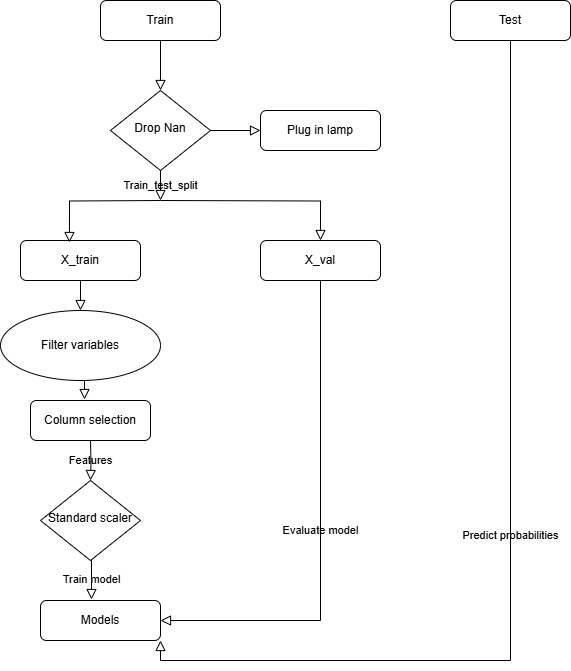
Earlier version of the draw.io export Worflow.png (LeilaMemoi/AMINI). Source tidied: cells renumbered, new cells last; positions are measured from the earlier drawing's top-left corner, leaving out a move shared by most shapes. The source it was exported from:
```xml
<mxGraphModel>
  <root>
    <mxCell id="0" />
    <mxCell id="1" parent="0" />
    <mxCell id="2" style="rounded=0;html=1;jettySize=auto;fontSize=11;endArrow=block;endFill=0;endSize=8;strokeWidth=1;shadow=0;labelBackgroundColor=none;edgeStyle=orthogonalEdgeStyle;" parent="1" edge="1" source="3" target="4">
      <mxGeometry relative="1" as="geometry" />
    </mxCell>
    <mxCell id="3" value="Train" style="rounded=1;whiteSpace=wrap;html=1;fontSize=12;glass=0;strokeWidth=1;shadow=0;" parent="1" vertex="1">
      <mxGeometry x="100" width="120" height="40" as="geometry" />
    </mxCell>
    <mxCell id="4" value="Drop Nan" style="rhombus;whiteSpace=wrap;html=1;shadow=0;fontFamily=Helvetica;fontSize=12;align=center;strokeWidth=1;spacing=6;spacingTop=-4;" parent="1" vertex="1">
      <mxGeometry x="110" y="90" width="100" height="80" as="geometry" />
    </mxCell>
    <mxCell id="5" value="Plug in lamp" style="rounded=1;whiteSpace=wrap;html=1;fontSize=12;glass=0;strokeWidth=1;shadow=0;" parent="1" vertex="1">
      <mxGeometry x="260" y="110" width="120" height="40" as="geometry" />
    </mxCell>
    <mxCell id="6" value="Standard scaler" style="rhombus;whiteSpace=wrap;html=1;shadow=0;fontFamily=Helvetica;fontSize=12;align=center;strokeWidth=1;spacing=6;spacingTop=-4;" parent="1" vertex="1">
      <mxGeometry x="40" y="480" width="100" height="80" as="geometry" />
    </mxCell>
    <mxCell id="7" value="Models" style="rounded=1;whiteSpace=wrap;html=1;fontSize=12;glass=0;strokeWidth=1;shadow=0;" parent="1" vertex="1">
      <mxGeometry x="40" y="600" width="120" height="40" as="geometry" />
    </mxCell>
    <mxCell id="8" value="X_val" style="rounded=1;whiteSpace=wrap;html=1;fontSize=12;glass=0;strokeWidth=1;shadow=0;" parent="1" vertex="1">
      <mxGeometry x="260" y="240" width="120" height="40" as="geometry" />
    </mxCell>
    <mxCell id="9" value="X_train" style="rounded=1;whiteSpace=wrap;html=1;fontSize=12;glass=0;strokeWidth=1;shadow=0;" parent="1" vertex="1">
      <mxGeometry x="20" y="240" width="120" height="40" as="geometry" />
    </mxCell>
    <mxCell id="10" value="Train_test_split" style="rounded=0;html=1;jettySize=auto;orthogonalLoop=1;fontSize=11;endArrow=block;endFill=0;endSize=8;strokeWidth=1;shadow=0;labelBackgroundColor=none;edgeStyle=orthogonalEdgeStyle;" parent="1" edge="1">
      <mxGeometry relative="1" as="geometry">
        <mxPoint x="160" y="170" as="sourcePoint" />
        <mxPoint x="160" y="200" as="targetPoint" />
      </mxGeometry>
    </mxCell>
    <mxCell id="11" value="&lt;span style=&quot;font-family: Helvetica;&quot;&gt;Filter variables&lt;/span&gt;" style="ellipse;whiteSpace=wrap;html=1;fontFamily=Architects Daughter;fontSource=https%3A%2F%2Ffonts.googleapis.com%2Fcss%3Ffamily%3DArchitects%2BDaughter;" parent="1" vertex="1">
      <mxGeometry y="310" width="160" height="70" as="geometry" />
    </mxCell>
    <mxCell id="12" value="Column selection" style="rounded=1;whiteSpace=wrap;html=1;fontSize=12;glass=0;strokeWidth=1;shadow=0;" parent="1" vertex="1">
      <mxGeometry x="30" y="400" width="120" height="40" as="geometry" />
    </mxCell>
    <mxCell id="13" style="rounded=0;html=1;jettySize=auto;fontSize=11;endArrow=block;endFill=0;endSize=8;strokeWidth=1;shadow=0;labelBackgroundColor=none;edgeStyle=orthogonalEdgeStyle;exitX=0.5;exitY=1;exitDx=0;exitDy=0;" parent="1" edge="1" source="9">
      <mxGeometry relative="1" as="geometry">
        <mxPoint x="80" y="310" as="targetPoint" />
      </mxGeometry>
    </mxCell>
    <mxCell id="14" style="rounded=0;html=1;jettySize=auto;fontSize=11;endArrow=block;endFill=0;endSize=8;strokeWidth=1;shadow=0;labelBackgroundColor=none;edgeStyle=orthogonalEdgeStyle;entryX=0.45;entryY=-0.025;entryDx=0;entryDy=0;entryPerimeter=0;" parent="1" edge="1" target="12">
      <mxGeometry relative="1" as="geometry">
        <mxPoint x="80" y="380" as="sourcePoint" />
      </mxGeometry>
    </mxCell>
    <mxCell id="15" value="Features" style="rounded=0;html=1;jettySize=auto;fontSize=11;endArrow=block;endFill=0;endSize=8;strokeWidth=1;shadow=0;labelBackgroundColor=none;edgeStyle=orthogonalEdgeStyle;entryX=0.5;entryY=0;entryDx=0;entryDy=0;" parent="1" edge="1" target="6">
      <mxGeometry relative="1" as="geometry">
        <mxPoint x="90" y="440" as="sourcePoint" />
      </mxGeometry>
    </mxCell>
    <mxCell id="16" value="Test" style="rounded=1;whiteSpace=wrap;html=1;fontSize=12;glass=0;strokeWidth=1;shadow=0;" parent="1" vertex="1">
      <mxGeometry x="450" width="120" height="40" as="geometry" />
    </mxCell>
    <mxCell id="17" style="rounded=0;html=1;jettySize=auto;fontSize=11;endArrow=block;endFill=0;endSize=8;strokeWidth=1;shadow=0;labelBackgroundColor=none;edgeStyle=orthogonalEdgeStyle;entryX=0.408;entryY=0.05;entryDx=0;entryDy=0;entryPerimeter=0;" parent="1" edge="1" target="9">
      <mxGeometry relative="1" as="geometry">
        <mxPoint x="160" y="200" as="sourcePoint" />
      </mxGeometry>
    </mxCell>
    <mxCell id="18" style="rounded=0;html=1;jettySize=auto;fontSize=11;endArrow=block;endFill=0;endSize=8;strokeWidth=1;shadow=0;labelBackgroundColor=none;edgeStyle=orthogonalEdgeStyle;entryX=0.5;entryY=0;entryDx=0;entryDy=0;" parent="1" edge="1" target="8">
      <mxGeometry relative="1" as="geometry">
        <mxPoint x="160" y="200" as="sourcePoint" />
      </mxGeometry>
    </mxCell>
    <mxCell id="19" value="Evaluate model" style="rounded=0;html=1;jettySize=auto;fontSize=11;endArrow=block;endFill=0;endSize=8;strokeWidth=1;shadow=0;labelBackgroundColor=none;edgeStyle=orthogonalEdgeStyle;entryX=1;entryY=0.5;entryDx=0;entryDy=0;exitX=0.5;exitY=1;exitDx=0;exitDy=0;" parent="1" edge="1" source="8" target="7">
      <mxGeometry relative="1" as="geometry" />
    </mxCell>
    <mxCell id="20" value="Predict probabilities" style="rounded=0;html=1;jettySize=auto;fontSize=11;endArrow=block;endFill=0;endSize=8;strokeWidth=1;shadow=0;labelBackgroundColor=none;edgeStyle=orthogonalEdgeStyle;exitX=0.5;exitY=1;exitDx=0;exitDy=0;entryX=1;entryY=1;entryDx=0;entryDy=0;" parent="1" edge="1" source="16" target="7">
      <mxGeometry relative="1" as="geometry" />
    </mxCell>
    <mxCell id="21" style="rounded=0;html=1;jettySize=auto;fontSize=11;endArrow=block;endFill=0;endSize=8;strokeWidth=1;shadow=0;labelBackgroundColor=none;edgeStyle=orthogonalEdgeStyle;entryX=0;entryY=0.5;entryDx=0;entryDy=0;exitX=1;exitY=0.5;exitDx=0;exitDy=0;" parent="1" edge="1" source="4" target="5">
      <mxGeometry relative="1" as="geometry" />
    </mxCell>
    <mxCell id="22" value="Train model" style="rounded=0;html=1;jettySize=auto;fontSize=11;endArrow=block;endFill=0;endSize=8;strokeWidth=1;shadow=0;labelBackgroundColor=none;edgeStyle=orthogonalEdgeStyle;entryX=0.425;entryY=-0.025;entryDx=0;entryDy=0;entryPerimeter=0;exitX=0.5;exitY=1;exitDx=0;exitDy=0;" parent="1" edge="1" source="6" target="7">
      <mxGeometry relative="1" as="geometry" />
    </mxCell>
  </root>
</mxGraphModel>
```
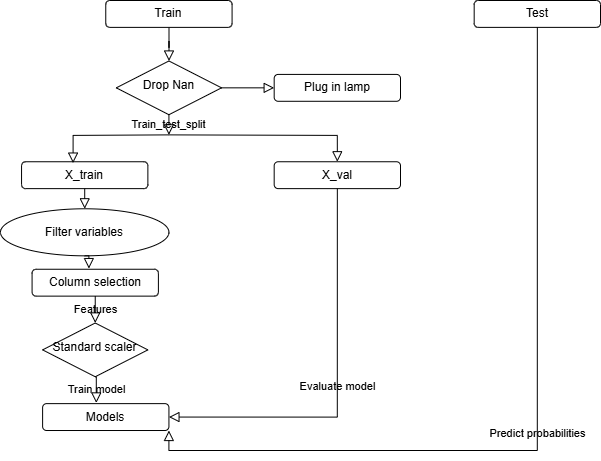
Later version of the same file.

Commit message:
Resized workflow

What changed in the source:
```diff
@@ -2,80 +2,83 @@
   <root>
     <mxCell id="0" />
     <mxCell id="1" parent="0" />
+    <mxCell id="23" style="group;" parent="1" vertex="1">
+      <mxGeometry width="600" height="430" as="geometry" />
+    </mxCell>
-    <mxCell id="2" style="rounded=0;html=1;jettySize=auto;fontSize=11;endArrow=block;endFill=0;endSize=8;strokeWidth=1;shadow=0;labelBackgroundColor=none;edgeStyle=orthogonalEdgeStyle;" parent="1" edge="1" source="3" target="4">
+    <mxCell id="2" style="rounded=0;html=1;jettySize=auto;fontSize=11;endArrow=block;endFill=0;endSize=8;strokeWidth=1;shadow=0;labelBackgroundColor=none;edgeStyle=orthogonalEdgeStyle;" parent="23" edge="1" source="3" target="4">
       <mxGeometry relative="1" as="geometry" />
     </mxCell>
-    <mxCell id="3" value="Train" style="rounded=1;whiteSpace=wrap;html=1;fontSize=12;glass=0;strokeWidth=1;shadow=0;" parent="1" vertex="1">
-      <mxGeometry x="100" width="120" height="40" as="geometry" />
+    <mxCell id="3" value="Train" style="rounded=1;whiteSpace=wrap;html=1;fontSize=12;glass=0;strokeWidth=1;shadow=0;" parent="23" vertex="1">
+      <mxGeometry x="105.3" width="126.3" height="26.9" as="geometry" />
     </mxCell>
-    <mxCell id="4" value="Drop Nan" style="rhombus;whiteSpace=wrap;html=1;shadow=0;fontFamily=Helvetica;fontSize=12;align=center;strokeWidth=1;spacing=6;spacingTop=-4;" parent="1" vertex="1">
-      <mxGeometry x="110" y="90" width="100" height="80" as="geometry" />
+    <mxCell id="4" value="Drop Nan" style="rhombus;whiteSpace=wrap;html=1;shadow=0;fontFamily=Helvetica;fontSize=12;align=center;strokeWidth=1;spacing=6;spacingTop=-4;" parent="23" vertex="1">
+      <mxGeometry x="115.8" y="60.5" width="105.3" height="53.8" as="geometry" />
     </mxCell>
-    <mxCell id="5" value="Plug in lamp" style="rounded=1;whiteSpace=wrap;html=1;fontSize=12;glass=0;strokeWidth=1;shadow=0;" parent="1" vertex="1">
-      <mxGeometry x="260" y="110" width="120" height="40" as="geometry" />
+    <mxCell id="5" value="Plug in lamp" style="rounded=1;whiteSpace=wrap;html=1;fontSize=12;glass=0;strokeWidth=1;shadow=0;" parent="23" vertex="1">
+      <mxGeometry x="273.7" y="73.9" width="126.3" height="26.9" as="geometry" />
     </mxCell>
-    <mxCell id="6" value="Standard scaler" style="rhombus;whiteSpace=wrap;html=1;shadow=0;fontFamily=Helvetica;fontSize=12;align=center;strokeWidth=1;spacing=6;spacingTop=-4;" parent="1" vertex="1">
-      <mxGeometry x="40" y="480" width="100" height="80" as="geometry" />
+    <mxCell id="6" value="Standard scaler" style="rhombus;whiteSpace=wrap;html=1;shadow=0;fontFamily=Helvetica;fontSize=12;align=center;strokeWidth=1;spacing=6;spacingTop=-4;" parent="23" vertex="1">
+      <mxGeometry x="42.1" y="322.5" width="105.3" height="53.8" as="geometry" />
     </mxCell>
-    <mxCell id="7" value="Models" style="rounded=1;whiteSpace=wrap;html=1;fontSize=12;glass=0;strokeWidth=1;shadow=0;" parent="1" vertex="1">
-      <mxGeometry x="40" y="600" width="120" height="40" as="geometry" />
+    <mxCell id="7" value="Models" style="rounded=1;whiteSpace=wrap;html=1;fontSize=12;glass=0;strokeWidth=1;shadow=0;" parent="23" vertex="1">
+      <mxGeometry x="42.1" y="403.1" width="126.3" height="26.9" as="geometry" />
     </mxCell>
-    <mxCell id="8" value="X_val" style="rounded=1;whiteSpace=wrap;html=1;fontSize=12;glass=0;strokeWidth=1;shadow=0;" parent="1" vertex="1">
-      <mxGeometry x="260" y="240" width="120" height="40" as="geometry" />
+    <mxCell id="8" value="X_val" style="rounded=1;whiteSpace=wrap;html=1;fontSize=12;glass=0;strokeWidth=1;shadow=0;" parent="23" vertex="1">
+      <mxGeometry x="273.7" y="161.2" width="126.3" height="26.9" as="geometry" />
     </mxCell>
-    <mxCell id="9" value="X_train" style="rounded=1;whiteSpace=wrap;html=1;fontSize=12;glass=0;strokeWidth=1;shadow=0;" parent="1" vertex="1">
-      <mxGeometry x="20" y="240" width="120" height="40" as="geometry" />
+    <mxCell id="9" value="X_train" style="rounded=1;whiteSpace=wrap;html=1;fontSize=12;glass=0;strokeWidth=1;shadow=0;" parent="23" vertex="1">
+      <mxGeometry x="21.1" y="161.2" width="126.3" height="26.9" as="geometry" />
     </mxCell>
-    <mxCell id="10" value="Train_test_split" style="rounded=0;html=1;jettySize=auto;orthogonalLoop=1;fontSize=11;endArrow=block;endFill=0;endSize=8;strokeWidth=1;shadow=0;labelBackgroundColor=none;edgeStyle=orthogonalEdgeStyle;" parent="1" edge="1">
+    <mxCell id="10" value="Train_test_split" style="rounded=0;html=1;jettySize=auto;orthogonalLoop=1;fontSize=11;endArrow=block;endFill=0;endSize=8;strokeWidth=1;shadow=0;labelBackgroundColor=none;edgeStyle=orthogonalEdgeStyle;" parent="23" edge="1">
       <mxGeometry relative="1" as="geometry">
-        <mxPoint x="160" y="170" as="sourcePoint" />
-        <mxPoint x="160" y="200" as="targetPoint" />
+        <mxPoint x="168.4" y="114.2" as="sourcePoint" />
+        <mxPoint x="168.4" y="134.4" as="targetPoint" />
       </mxGeometry>
     </mxCell>
-    <mxCell id="11" value="&lt;span style=&quot;font-family: Helvetica;&quot;&gt;Filter variables&lt;/span&gt;" style="ellipse;whiteSpace=wrap;html=1;fontFamily=Architects Daughter;fontSource=https%3A%2F%2Ffonts.googleapis.com%2Fcss%3Ffamily%3DArchitects%2BDaughter;" parent="1" vertex="1">
-      <mxGeometry y="310" width="160" height="70" as="geometry" />
+    <mxCell id="11" value="&lt;span style=&quot;font-family: Helvetica;&quot;&gt;Filter variables&lt;/span&gt;" style="ellipse;whiteSpace=wrap;html=1;fontFamily=Architects Daughter;fontSource=https%3A%2F%2Ffonts.googleapis.com%2Fcss%3Ffamily%3DArchitects%2BDaughter;" parent="23" vertex="1">
+      <mxGeometry y="208.3" width="168.4" height="47" as="geometry" />
     </mxCell>
-    <mxCell id="12" value="Column selection" style="rounded=1;whiteSpace=wrap;html=1;fontSize=12;glass=0;strokeWidth=1;shadow=0;" parent="1" vertex="1">
-      <mxGeometry x="30" y="400" width="120" height="40" as="geometry" />
+    <mxCell id="12" value="Column selection" style="rounded=1;whiteSpace=wrap;html=1;fontSize=12;glass=0;strokeWidth=1;shadow=0;" parent="23" vertex="1">
+      <mxGeometry x="31.6" y="268.8" width="126.3" height="26.9" as="geometry" />
     </mxCell>
-    <mxCell id="13" style="rounded=0;html=1;jettySize=auto;fontSize=11;endArrow=block;endFill=0;endSize=8;strokeWidth=1;shadow=0;labelBackgroundColor=none;edgeStyle=orthogonalEdgeStyle;exitX=0.5;exitY=1;exitDx=0;exitDy=0;" parent="1" edge="1" source="9">
+    <mxCell id="13" style="rounded=0;html=1;jettySize=auto;fontSize=11;endArrow=block;endFill=0;endSize=8;strokeWidth=1;shadow=0;labelBackgroundColor=none;edgeStyle=orthogonalEdgeStyle;exitX=0.5;exitY=1;exitDx=0;exitDy=0;" parent="23" edge="1" source="9">
       <mxGeometry relative="1" as="geometry">
-        <mxPoint x="80" y="310" as="targetPoint" />
+        <mxPoint x="84.2" y="208.3" as="targetPoint" />
       </mxGeometry>
     </mxCell>
-    <mxCell id="14" style="rounded=0;html=1;jettySize=auto;fontSize=11;endArrow=block;endFill=0;endSize=8;strokeWidth=1;shadow=0;labelBackgroundColor=none;edgeStyle=orthogonalEdgeStyle;entryX=0.45;entryY=-0.025;entryDx=0;entryDy=0;entryPerimeter=0;" parent="1" edge="1" target="12">
+    <mxCell id="14" style="rounded=0;html=1;jettySize=auto;fontSize=11;endArrow=block;endFill=0;endSize=8;strokeWidth=1;shadow=0;labelBackgroundColor=none;edgeStyle=orthogonalEdgeStyle;entryX=0.45;entryY=-0.025;entryDx=0;entryDy=0;entryPerimeter=0;" parent="23" edge="1" target="12">
       <mxGeometry relative="1" as="geometry">
-        <mxPoint x="80" y="380" as="sourcePoint" />
+        <mxPoint x="84.2" y="255.3" as="sourcePoint" />
       </mxGeometry>
     </mxCell>
-    <mxCell id="15" value="Features" style="rounded=0;html=1;jettySize=auto;fontSize=11;endArrow=block;endFill=0;endSize=8;strokeWidth=1;shadow=0;labelBackgroundColor=none;edgeStyle=orthogonalEdgeStyle;entryX=0.5;entryY=0;entryDx=0;entryDy=0;" parent="1" edge="1" target="6">
+    <mxCell id="15" value="Features" style="rounded=0;html=1;jettySize=auto;fontSize=11;endArrow=block;endFill=0;endSize=8;strokeWidth=1;shadow=0;labelBackgroundColor=none;edgeStyle=orthogonalEdgeStyle;entryX=0.5;entryY=0;entryDx=0;entryDy=0;" parent="23" edge="1" target="6">
       <mxGeometry relative="1" as="geometry">
-        <mxPoint x="90" y="440" as="sourcePoint" />
+        <mxPoint x="94.7" y="295.6" as="sourcePoint" />
       </mxGeometry>
     </mxCell>
-    <mxCell id="16" value="Test" style="rounded=1;whiteSpace=wrap;html=1;fontSize=12;glass=0;strokeWidth=1;shadow=0;" parent="1" vertex="1">
-      <mxGeometry x="450" width="120" height="40" as="geometry" />
+    <mxCell id="16" value="Test" style="rounded=1;whiteSpace=wrap;html=1;fontSize=12;glass=0;strokeWidth=1;shadow=0;" parent="23" vertex="1">
+      <mxGeometry x="473.7" width="126.3" height="26.9" as="geometry" />
     </mxCell>
-    <mxCell id="17" style="rounded=0;html=1;jettySize=auto;fontSize=11;endArrow=block;endFill=0;endSize=8;strokeWidth=1;shadow=0;labelBackgroundColor=none;edgeStyle=orthogonalEdgeStyle;entryX=0.408;entryY=0.05;entryDx=0;entryDy=0;entryPerimeter=0;" parent="1" edge="1" target="9">
+    <mxCell id="17" style="rounded=0;html=1;jettySize=auto;fontSize=11;endArrow=block;endFill=0;endSize=8;strokeWidth=1;shadow=0;labelBackgroundColor=none;edgeStyle=orthogonalEdgeStyle;entryX=0.408;entryY=0.05;entryDx=0;entryDy=0;entryPerimeter=0;" parent="23" edge="1" target="9">
       <mxGeometry relative="1" as="geometry">
-        <mxPoint x="160" y="200" as="sourcePoint" />
+        <mxPoint x="168.4" y="134.4" as="sourcePoint" />
       </mxGeometry>
     </mxCell>
-    <mxCell id="18" style="rounded=0;html=1;jettySize=auto;fontSize=11;endArrow=block;endFill=0;endSize=8;strokeWidth=1;shadow=0;labelBackgroundColor=none;edgeStyle=orthogonalEdgeStyle;entryX=0.5;entryY=0;entryDx=0;entryDy=0;" parent="1" edge="1" target="8">
+    <mxCell id="18" style="rounded=0;html=1;jettySize=auto;fontSize=11;endArrow=block;endFill=0;endSize=8;strokeWidth=1;shadow=0;labelBackgroundColor=none;edgeStyle=orthogonalEdgeStyle;entryX=0.5;entryY=0;entryDx=0;entryDy=0;" parent="23" edge="1" target="8">
       <mxGeometry relative="1" as="geometry">
-        <mxPoint x="160" y="200" as="sourcePoint" />
+        <mxPoint x="168.4" y="134.4" as="sourcePoint" />
       </mxGeometry>
     </mxCell>
-    <mxCell id="19" value="Evaluate model" style="rounded=0;html=1;jettySize=auto;fontSize=11;endArrow=block;endFill=0;endSize=8;strokeWidth=1;shadow=0;labelBackgroundColor=none;edgeStyle=orthogonalEdgeStyle;entryX=1;entryY=0.5;entryDx=0;entryDy=0;exitX=0.5;exitY=1;exitDx=0;exitDy=0;" parent="1" edge="1" source="8" target="7">
+    <mxCell id="19" value="Evaluate model" style="rounded=0;html=1;jettySize=auto;fontSize=11;endArrow=block;endFill=0;endSize=8;strokeWidth=1;shadow=0;labelBackgroundColor=none;edgeStyle=orthogonalEdgeStyle;entryX=1;entryY=0.5;entryDx=0;entryDy=0;exitX=0.5;exitY=1;exitDx=0;exitDy=0;" parent="23" edge="1" source="8" target="7">
       <mxGeometry relative="1" as="geometry" />
     </mxCell>
-    <mxCell id="20" value="Predict probabilities" style="rounded=0;html=1;jettySize=auto;fontSize=11;endArrow=block;endFill=0;endSize=8;strokeWidth=1;shadow=0;labelBackgroundColor=none;edgeStyle=orthogonalEdgeStyle;exitX=0.5;exitY=1;exitDx=0;exitDy=0;entryX=1;entryY=1;entryDx=0;entryDy=0;" parent="1" edge="1" source="16" target="7">
+    <mxCell id="20" value="Predict probabilities" style="rounded=0;html=1;jettySize=auto;fontSize=11;endArrow=block;endFill=0;endSize=8;strokeWidth=1;shadow=0;labelBackgroundColor=none;edgeStyle=orthogonalEdgeStyle;exitX=0.5;exitY=1;exitDx=0;exitDy=0;entryX=1;entryY=1;entryDx=0;entryDy=0;" parent="23" edge="1" source="16" target="7">
       <mxGeometry relative="1" as="geometry" />
     </mxCell>
-    <mxCell id="21" style="rounded=0;html=1;jettySize=auto;fontSize=11;endArrow=block;endFill=0;endSize=8;strokeWidth=1;shadow=0;labelBackgroundColor=none;edgeStyle=orthogonalEdgeStyle;entryX=0;entryY=0.5;entryDx=0;entryDy=0;exitX=1;exitY=0.5;exitDx=0;exitDy=0;" parent="1" edge="1" source="4" target="5">
+    <mxCell id="21" style="rounded=0;html=1;jettySize=auto;fontSize=11;endArrow=block;endFill=0;endSize=8;strokeWidth=1;shadow=0;labelBackgroundColor=none;edgeStyle=orthogonalEdgeStyle;entryX=0;entryY=0.5;entryDx=0;entryDy=0;exitX=1;exitY=0.5;exitDx=0;exitDy=0;" parent="23" edge="1" source="4" target="5">
       <mxGeometry relative="1" as="geometry" />
     </mxCell>
-    <mxCell id="22" value="Train model" style="rounded=0;html=1;jettySize=auto;fontSize=11;endArrow=block;endFill=0;endSize=8;strokeWidth=1;shadow=0;labelBackgroundColor=none;edgeStyle=orthogonalEdgeStyle;entryX=0.425;entryY=-0.025;entryDx=0;entryDy=0;entryPerimeter=0;exitX=0.5;exitY=1;exitDx=0;exitDy=0;" parent="1" edge="1" source="6" target="7">
+    <mxCell id="22" value="Train model" style="rounded=0;html=1;jettySize=auto;fontSize=11;endArrow=block;endFill=0;endSize=8;strokeWidth=1;shadow=0;labelBackgroundColor=none;edgeStyle=orthogonalEdgeStyle;entryX=0.425;entryY=-0.025;entryDx=0;entryDy=0;entryPerimeter=0;exitX=0.5;exitY=1;exitDx=0;exitDy=0;" parent="23" edge="1" source="6" target="7">
       <mxGeometry relative="1" as="geometry" />
     </mxCell>
   </root>
```
